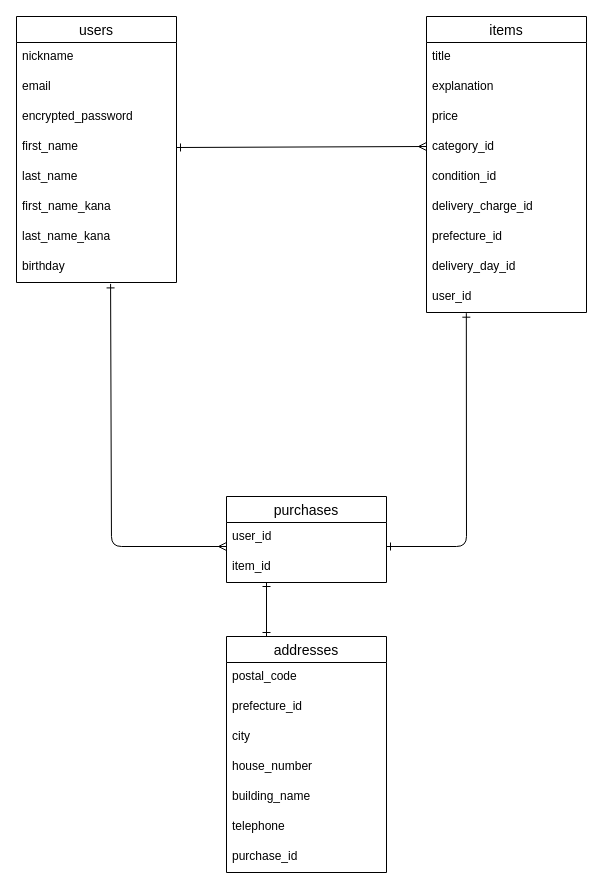
Before: ER.dio in qirpour/furima-39018, a draw.io diagram. Source tidied: cells renumbered, new cells numbered last; positions are measured from the earlier drawing's top-left corner, leaving out a move shared by most shapes. Both pictures are drawn from the tidied source at 100%, with x=0, y=0 at pixel (16, 16).
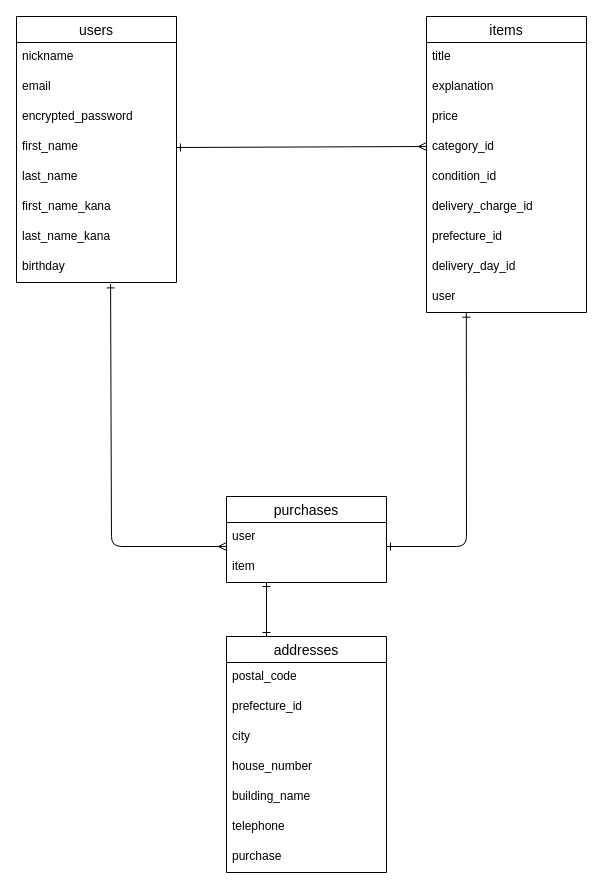
The same page after the edit.

Commit message:
ER図　小修正

Unchanged cells that the change refers to:
```xml
<mxCell id="11" value="items" style="swimlane;fontStyle=0;horizontal=1;startSize=26;align=center;fontSize=14;" parent="1" vertex="1">
  <mxGeometry x="410" width="160" height="296" as="geometry" />
</mxCell>
<mxCell id="22" value="addresses" style="swimlane;fontStyle=0;horizontal=1;startSize=26;align=center;fontSize=14;" parent="1" vertex="1">
  <mxGeometry x="210" y="620" width="160" height="236" as="geometry" />
</mxCell>
<mxCell id="30" value="purchases" style="swimlane;fontStyle=0;horizontal=1;startSize=26;align=center;fontSize=14;" parent="1" vertex="1">
  <mxGeometry x="210" y="480" width="160" height="86" as="geometry" />
</mxCell>
```

The edit, as a diff of the source:
```diff
@@
-    <mxCell id="20" value="user_id" style="text;strokeColor=none;fillColor=none;spacingLeft=4;spacingRight=4;overflow=hidden;points=[[0,0.5],[1,0.5]];portConstraint=eastwest;fontSize=12;" parent="11" vertex="1">
+    <mxCell id="20" value="user" style="text;strokeColor=none;fillColor=none;spacingLeft=4;spacingRight=4;overflow=hidden;points=[[0,0.5],[1,0.5]];portConstraint=eastwest;fontSize=12;" parent="11" vertex="1">
       <mxGeometry y="266" width="160" height="30" as="geometry" />
     </mxCell>
@@
-    <mxCell id="29" value="purchase_id" style="text;strokeColor=none;fillColor=none;spacingLeft=4;spacingRight=4;overflow=hidden;fontSize=12;" parent="22" vertex="1">
+    <mxCell id="29" value="purchase" style="text;strokeColor=none;fillColor=none;spacingLeft=4;spacingRight=4;overflow=hidden;fontSize=12;" parent="22" vertex="1">
       <mxGeometry y="206" width="160" height="30" as="geometry" />
     </mxCell>
@@
-    <mxCell id="31" value="user_id" style="text;strokeColor=none;fillColor=none;spacingLeft=4;spacingRight=4;overflow=hidden;fontSize=12;" parent="30" vertex="1">
+    <mxCell id="31" value="user" style="text;strokeColor=none;fillColor=none;spacingLeft=4;spacingRight=4;overflow=hidden;fontSize=12;" parent="30" vertex="1">
       <mxGeometry y="26" width="160" height="30" as="geometry" />
     </mxCell>
-    <mxCell id="32" value="item_id" style="text;strokeColor=none;fillColor=none;spacingLeft=4;spacingRight=4;overflow=hidden;points=[[0,0.5],[1,0.5]];portConstraint=eastwest;fontSize=12;" parent="30" vertex="1">
+    <mxCell id="32" value="item" style="text;strokeColor=none;fillColor=none;spacingLeft=4;spacingRight=4;overflow=hidden;points=[[0,0.5],[1,0.5]];portConstraint=eastwest;fontSize=12;" parent="30" vertex="1">
       <mxGeometry y="56" width="160" height="30" as="geometry" />
     </mxCell>
```
